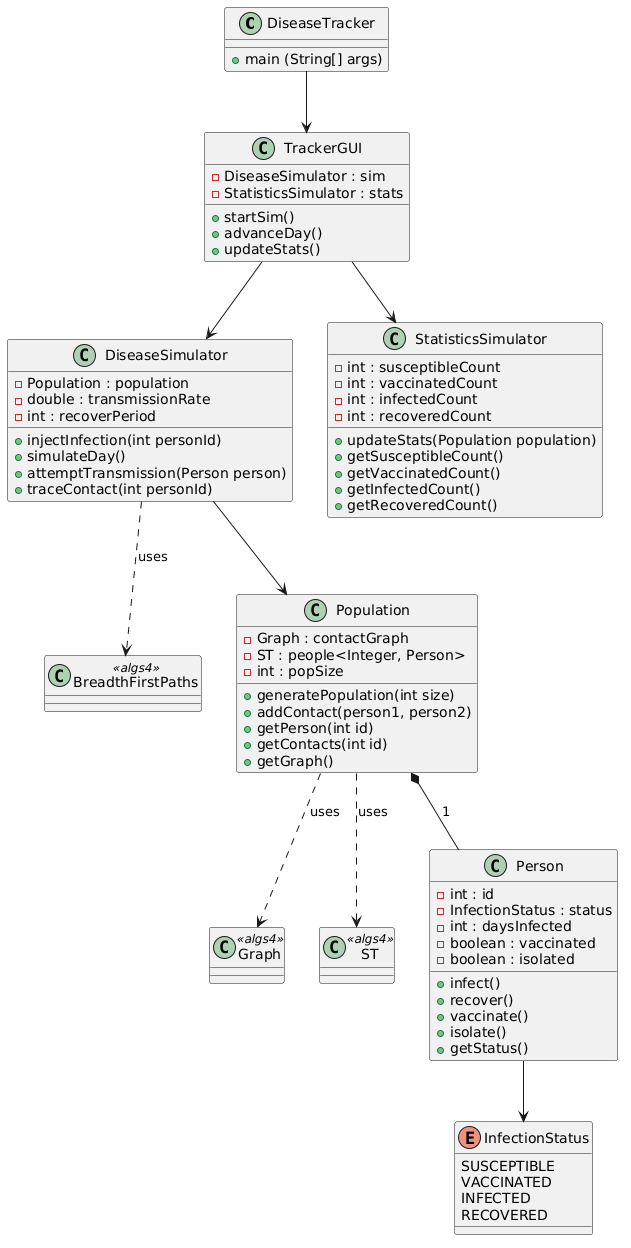
This is docs/DiseaseTrackerUML.png from keanu-cruz/CS2420_TeamProject_DiseaseTracker, a PlantUML export, as it was before one commit. The source it was exported from:
```plantuml
@startuml
class DiseaseTracker {
+ main (String[] args)
}

class TrackerGUI {
- DiseaseSimulator : sim
- StatisticsSimulator : stats
+ startSim()
+ advanceDay()
+ updateStats()
}

class DiseaseSimulator {
- Population : population
- double : transmissionRate
- int : recoverPeriod
+ injectInfection(int personId)
+ simulateDay()
+ attemptTransmission(Person person)
+ traceContact(int personId)
}

class BreadthFirstPaths <<algs4>>

class StatisticsSimulator {
- int : susceptibleCount
- int : vaccinatedCount
- int : infectedCount
- int : recoveredCount
+ updateStats(Population population)
+ getSusceptibleCount()
+ getVaccinatedCount()
+ getInfectedCount()
+ getRecoveredCount()
}

class Population {
- Graph : contactGraph
- ST : people<Integer, Person>
- int : popSize
+ generatePopulation(int size)
+ addContact(person1, person2)
+ getPerson(int id)
+ getContacts(int id)
+ getGraph()
}

class Graph <<algs4>>
class ST <<algs4>>

class Person {
- int : id
- InfectionStatus : status
- int : daysInfected
- boolean : vaccinated
- boolean : isolated
+ infect()
+ recover()
+ vaccinate()
+ isolate()
+ getStatus()
}

enum InfectionStatus{
SUSCEPTIBLE
VACCINATED
INFECTED
RECOVERED
}

DiseaseTracker --> TrackerGUI
TrackerGUI --> DiseaseSimulator
TrackerGUI --> StatisticsSimulator
DiseaseSimulator --> Population
DiseaseSimulator ..> BreadthFirstPaths : uses
Population *-- Person : 1
Population ..> Graph : uses
Population ..> ST : uses
Person --> InfectionStatus
@enduml
```
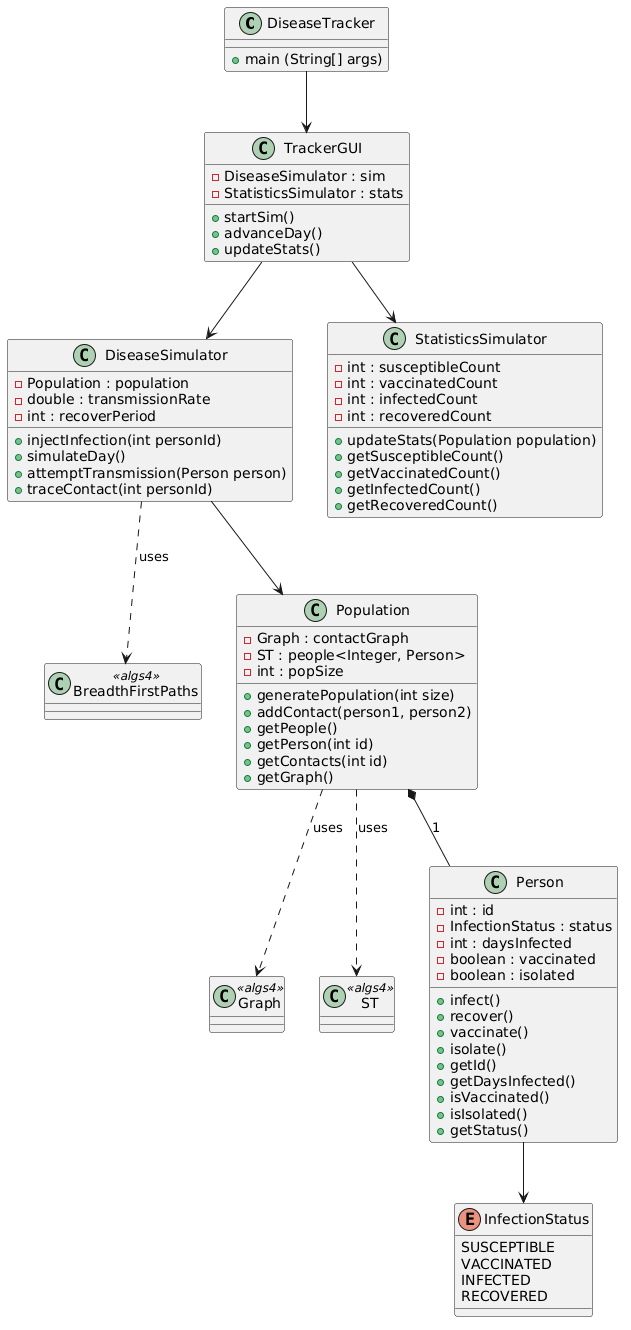
The same file after the commit.

Diff of the diagram source:
```diff
@@ -41,6 +41,7 @@
 - int : popSize
 + generatePopulation(int size)
 + addContact(person1, person2)
++ getPeople()
 + getPerson(int id)
 + getContacts(int id)
 + getGraph()
@@ -59,6 +60,10 @@
 + recover()
 + vaccinate()
 + isolate()
++ getId()
++ getDaysInfected()
++ isVaccinated()
++ isIsolated()
 + getStatus()
 }
 
```
